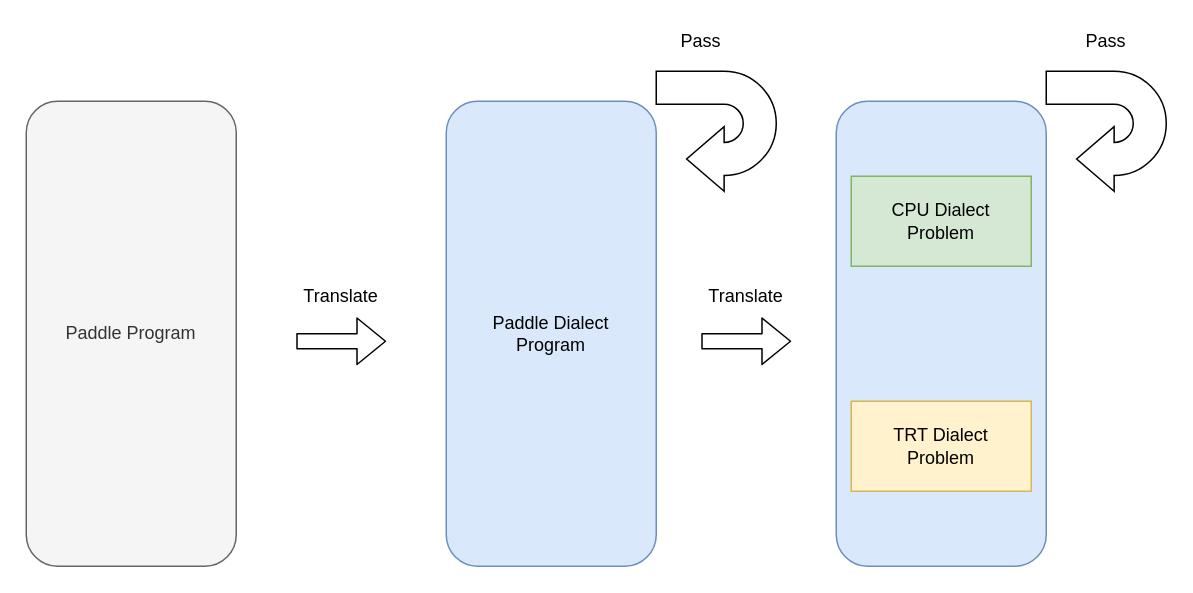
Before: 1.drawio in Superjomn/_tmp_images, a draw.io diagram. Source tidied: cells renumbered, new cells numbered last; positions are measured from the earlier drawing's top-left corner, leaving out a move shared by most shapes. Both pictures are drawn from the tidied source at 150%, with x=0, y=0 at pixel (26, 26).
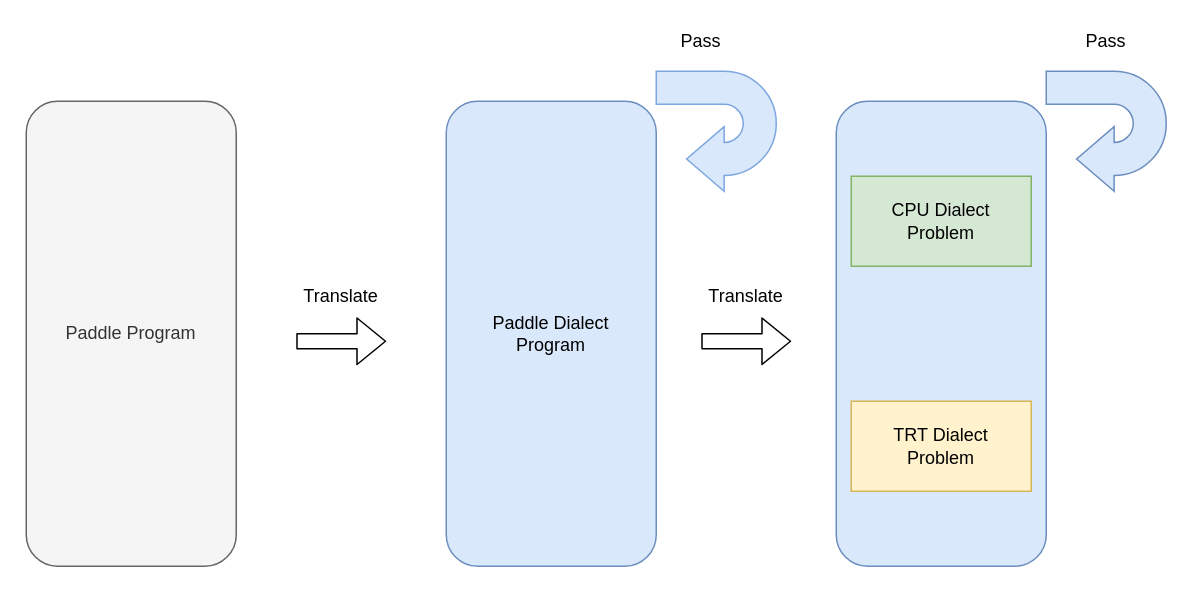
The same diagram, later.

Change to the diagram source:
```diff
@@
 <mxGraphModel>
   <root>
     <mxCell id="0" />
     <mxCell id="1" parent="0" />
     <mxCell id="2" value="Paddle Program" style="rounded=1;whiteSpace=wrap;html=1;fillColor=#f5f5f5;strokeColor=#666666;fontColor=#333333;" parent="1" vertex="1">
       <mxGeometry y="50" width="140" height="310" as="geometry" />
     </mxCell>
     <mxCell id="3" value="Paddle Dialect&lt;br&gt;Program" style="rounded=1;whiteSpace=wrap;html=1;fillColor=#dae8fc;strokeColor=#6c8ebf;" parent="1" vertex="1">
       <mxGeometry x="280" y="50" width="140" height="310" as="geometry" />
     </mxCell>
     <mxCell id="4" style="rounded=1;whiteSpace=wrap;html=1;fillColor=#dae8fc;strokeColor=#6c8ebf;" parent="1" vertex="1">
       <mxGeometry x="540" y="50" width="140" height="310" as="geometry" />
     </mxCell>
     <mxCell id="5" value="CPU Dialect&lt;br&gt;Problem" style="rounded=0;whiteSpace=wrap;html=1;fillColor=#d5e8d4;strokeColor=#82b366;" parent="1" vertex="1">
       <mxGeometry x="550" y="100" width="120" height="60" as="geometry" />
     </mxCell>
     <mxCell id="6" value="TRT Dialect&lt;br&gt;Problem" style="rounded=0;whiteSpace=wrap;html=1;fillColor=#fff2cc;strokeColor=#d6b656;" parent="1" vertex="1">
       <mxGeometry x="550" y="250" width="120" height="60" as="geometry" />
     </mxCell>
     <mxCell id="7" style="shape=flexArrow;endArrow=classic;html=1;" parent="1" edge="1">
       <mxGeometry relative="1" as="geometry">
         <mxPoint x="180" y="210" as="sourcePoint" />
         <mxPoint x="240" y="210" as="targetPoint" />
       </mxGeometry>
     </mxCell>
     <mxCell id="8" style="shape=flexArrow;endArrow=classic;html=1;" parent="1" edge="1">
       <mxGeometry relative="1" as="geometry">
         <mxPoint x="450" y="210" as="sourcePoint" />
         <mxPoint x="510" y="210" as="targetPoint" />
       </mxGeometry>
     </mxCell>
     <mxCell id="9" value="Translate" style="text;html=1;strokeColor=none;fillColor=none;align=center;verticalAlign=middle;whiteSpace=wrap;rounded=0;" parent="1" vertex="1">
       <mxGeometry x="190" y="170" width="40" height="20" as="geometry" />
     </mxCell>
     <mxCell id="10" value="Translate" style="text;html=1;strokeColor=none;fillColor=none;align=center;verticalAlign=middle;whiteSpace=wrap;rounded=0;" parent="1" vertex="1">
       <mxGeometry x="460" y="170" width="40" height="20" as="geometry" />
     </mxCell>
-    <mxCell id="11" style="html=1;shadow=0;dashed=0;align=center;verticalAlign=middle;shape=mxgraph.arrows2.uTurnArrow;dy=11;arrowHead=43;dx2=25;rotation=-180;" parent="1" vertex="1">
+    <mxCell id="11" style="html=1;shadow=0;dashed=0;align=center;verticalAlign=middle;shape=mxgraph.arrows2.uTurnArrow;dy=11;arrowHead=43;dx2=25;rotation=-180;fillColor=#dae8fc;strokeColor=#7EA6E0;" parent="1" vertex="1">
       <mxGeometry x="420" y="30" width="80" height="80" as="geometry" />
     </mxCell>
-    <mxCell id="12" style="html=1;shadow=0;dashed=0;align=center;verticalAlign=middle;shape=mxgraph.arrows2.uTurnArrow;dy=11;arrowHead=43;dx2=25;rotation=-180;" parent="1" vertex="1">
+    <mxCell id="12" style="html=1;shadow=0;dashed=0;align=center;verticalAlign=middle;shape=mxgraph.arrows2.uTurnArrow;dy=11;arrowHead=43;dx2=25;rotation=-180;strokeColor=#6c8ebf;fillColor=#dae8fc;" parent="1" vertex="1">
       <mxGeometry x="680" y="30" width="80" height="80" as="geometry" />
     </mxCell>
     <mxCell id="13" value="Pass" style="text;html=1;strokeColor=none;fillColor=none;align=center;verticalAlign=middle;whiteSpace=wrap;rounded=0;" parent="1" vertex="1">
       <mxGeometry x="430" width="40" height="20" as="geometry" />
     </mxCell>
     <mxCell id="14" value="Pass" style="text;html=1;strokeColor=none;fillColor=none;align=center;verticalAlign=middle;whiteSpace=wrap;rounded=0;" parent="1" vertex="1">
       <mxGeometry x="700" width="40" height="20" as="geometry" />
     </mxCell>
   </root>
 </mxGraphModel>
```
